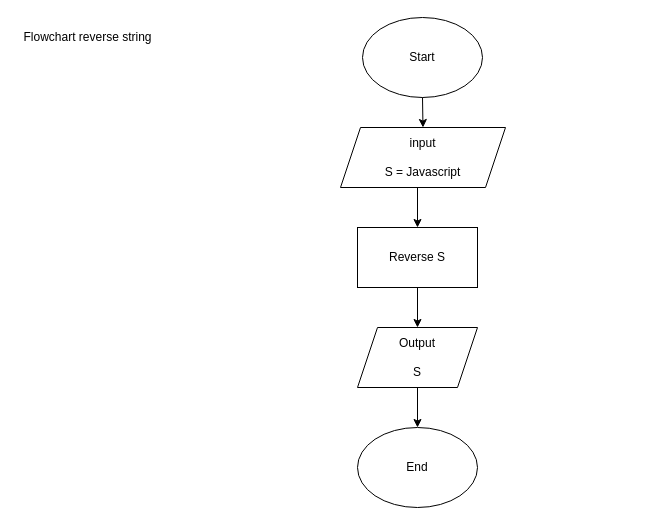
aviantofan/fw5-algoritma keeps this draw.io diagram as Reverse String.drawio. Above is the earlier version. Source tidied: cells renumbered, new cells numbered last; positions are measured from the earlier drawing's top-left corner, leaving out a move shared by most shapes. Both pictures are drawn from the tidied source at 100%, with x=0, y=0 at pixel (17, 17).
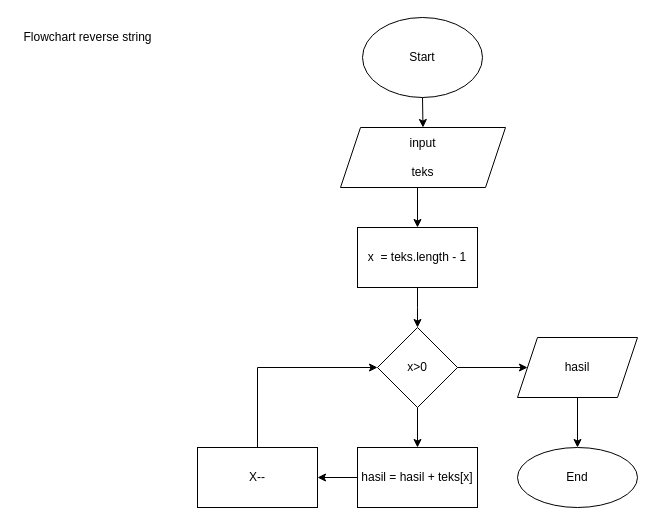
The same page after the edit.

What changed in the source:
```diff
@@
-    <mxCell id="3" value="input&lt;br&gt;&amp;nbsp;&lt;br&gt;S = Javascript" style="shape=parallelogram;perimeter=parallelogramPerimeter;whiteSpace=wrap;html=1;fixedSize=1;" parent="1" vertex="1">
+    <mxCell id="3" value="input&lt;br&gt;&amp;nbsp;&lt;br&gt;teks" style="shape=parallelogram;perimeter=parallelogramPerimeter;whiteSpace=wrap;html=1;fixedSize=1;" parent="1" vertex="1">
       <mxGeometry x="323" y="110" width="165" height="60" as="geometry" />
     </mxCell>
-    <mxCell id="4" style="edgeStyle=orthogonalEdgeStyle;rounded=0;jettySize=auto;html=1;exitX=0.5;exitY=1;exitDx=0;exitDy=0;entryX=0.5;entryY=0;entryDx=0;entryDy=0;" parent="1" edge="1" source="5" target="7">
-      <mxGeometry relative="1" as="geometry" />
+    <mxCell id="4" style="edgeStyle=orthogonalEdgeStyle;rounded=0;jettySize=auto;html=1;exitX=0.5;exitY=1;exitDx=0;exitDy=0;entryX=0.5;entryY=0;entryDx=0;entryDy=0;" parent="1" edge="1" source="5">
+      <mxGeometry relative="1" as="geometry">
+        <mxPoint x="400" y="310" as="targetPoint" />
+      </mxGeometry>
     </mxCell>
-    <mxCell id="5" value="Reverse S" style="rounded=0;whiteSpace=wrap;html=1;" parent="1" vertex="1">
+    <mxCell id="5" value="x&amp;nbsp; = teks.length - 1" style="rounded=0;whiteSpace=wrap;html=1;" parent="1" vertex="1">
       <mxGeometry x="340" y="210" width="120" height="60" as="geometry" />
     </mxCell>
-    <mxCell id="6" style="edgeStyle=orthogonalEdgeStyle;rounded=0;jettySize=auto;html=1;exitX=0.5;exitY=1;exitDx=0;exitDy=0;entryX=0.5;entryY=0;entryDx=0;entryDy=0;" parent="1" edge="1" source="7" target="8">
-      <mxGeometry relative="1" as="geometry" />
-    </mxCell>
-    <mxCell id="7" value="Output&lt;br&gt;&lt;br&gt;S" style="shape=parallelogram;perimeter=parallelogramPerimeter;whiteSpace=wrap;html=1;fixedSize=1;" parent="1" vertex="1">
-      <mxGeometry x="340" y="310" width="120" height="60" as="geometry" />
-    </mxCell>
-    <mxCell id="8" value="End" style="ellipse;whiteSpace=wrap;html=1;" parent="1" vertex="1">
-      <mxGeometry x="340" y="410" width="120" height="80" as="geometry" />
-    </mxCell>
@@
+    <mxCell id="12" style="edgeStyle=orthogonalEdgeStyle;rounded=0;jettySize=auto;html=1;" parent="1" edge="1" source="14" target="16">
+      <mxGeometry relative="1" as="geometry" />
+    </mxCell>
+    <mxCell id="13" style="edgeStyle=orthogonalEdgeStyle;rounded=0;jettySize=auto;html=1;" parent="1" edge="1" source="14" target="20">
+      <mxGeometry relative="1" as="geometry" />
+    </mxCell>
+    <mxCell id="14" value="x&amp;gt;0" style="rhombus;whiteSpace=wrap;html=1;" parent="1" vertex="1">
+      <mxGeometry x="360" y="310" width="80" height="80" as="geometry" />
+    </mxCell>
+    <mxCell id="15" style="edgeStyle=orthogonalEdgeStyle;rounded=0;jettySize=auto;html=1;" parent="1" edge="1" source="16" target="18">
+      <mxGeometry relative="1" as="geometry" />
+    </mxCell>
+    <mxCell id="16" value="hasil = hasil + teks[x]" style="whiteSpace=wrap;html=1;" parent="1" vertex="1">
+      <mxGeometry x="340" y="430" width="120" height="60" as="geometry" />
+    </mxCell>
+    <mxCell id="17" style="edgeStyle=orthogonalEdgeStyle;rounded=0;jettySize=auto;html=1;exitX=0.5;exitY=0;exitDx=0;exitDy=0;entryX=0;entryY=0.5;entryDx=0;entryDy=0;" parent="1" edge="1" source="18" target="14">
+      <mxGeometry relative="1" as="geometry" />
+    </mxCell>
+    <mxCell id="18" value="X--" style="whiteSpace=wrap;html=1;" parent="1" vertex="1">
+      <mxGeometry x="180" y="430" width="120" height="60" as="geometry" />
+    </mxCell>
+    <mxCell id="19" style="edgeStyle=orthogonalEdgeStyle;rounded=0;jettySize=auto;html=1;" parent="1" edge="1" source="20" target="8">
+      <mxGeometry relative="1" as="geometry" />
+    </mxCell>
+    <mxCell id="20" value="hasil" style="shape=parallelogram;perimeter=parallelogramPerimeter;whiteSpace=wrap;html=1;fixedSize=1;" parent="1" vertex="1">
+      <mxGeometry x="500" y="320" width="120" height="60" as="geometry" />
+    </mxCell>
+    <mxCell id="8" value="End" style="ellipse;whiteSpace=wrap;html=1;" parent="1" vertex="1">
+      <mxGeometry x="500" y="430" width="120" height="60" as="geometry" />
+    </mxCell>
```
